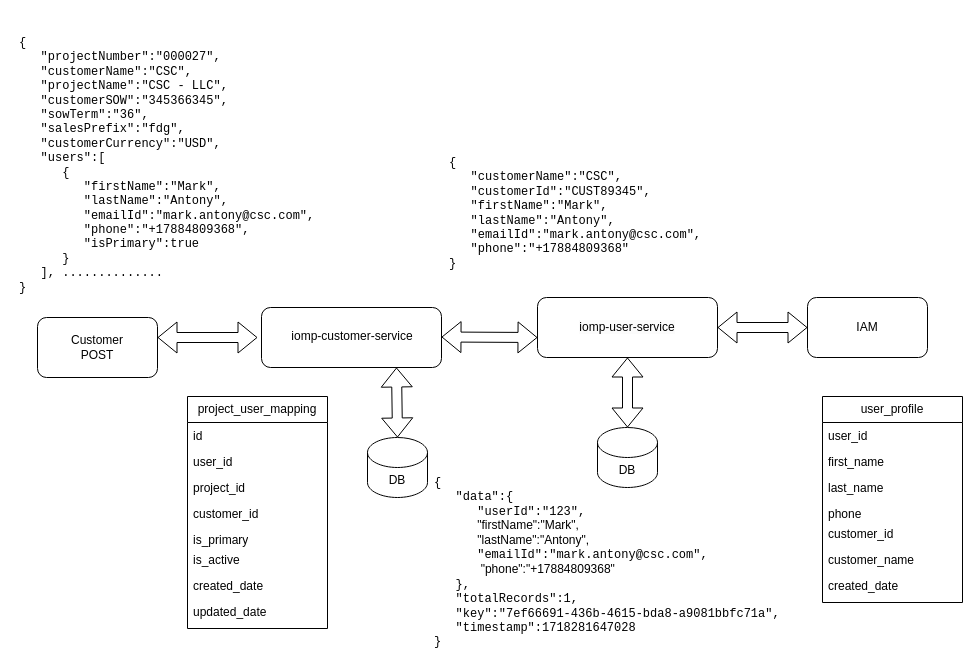
The draw.io diagram create new contact for customer account.drawio in wesco-chandanabuduru/common-entities, before the edit. Source tidied: cells renumbered, new cells numbered last; positions are measured from the earlier drawing's top-left corner, leaving out a move shared by most shapes. Both pictures are drawn from the tidied source at 100%, with x=0, y=0 at pixel (17, 17).
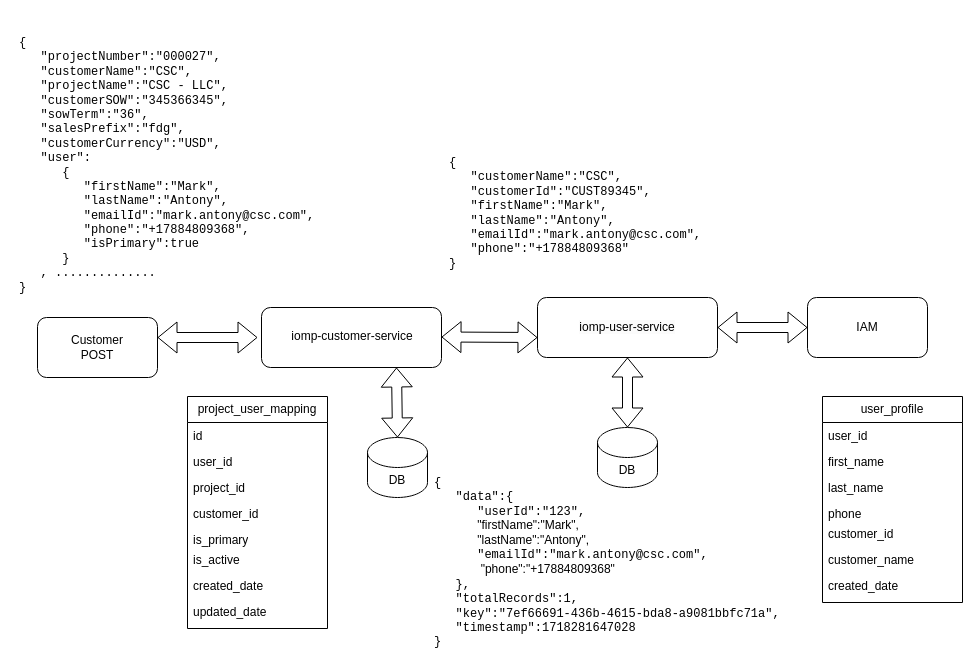
The same diagram, later.

The edit, as a diff of the source:
```diff
@@
-    <mxCell id="8" value="&lt;pre style=&quot;margin-top: 0px;&quot;&gt;&lt;pre&gt;&lt;pre&gt;&lt;pre&gt;&lt;span dir=&quot;ltr&quot; class=&quot;ui-provider a b c d e f g h i j k l m n o p q r s t u v w x y z ab ac ae af ag ah ai aj ak&quot;&gt;&lt;p&gt;{&lt;br&gt;   &quot;projectNumber&quot;:&quot;000027&quot;,&lt;br&gt;   &quot;customerName&quot;:&quot;CSC&quot;,&lt;br&gt;   &quot;projectName&quot;:&quot;CSC - LLC&quot;,&lt;br&gt;   &quot;customerSOW&quot;:&quot;345366345&quot;,&lt;br&gt;   &quot;sowTerm&quot;:&quot;36&quot;,&lt;br&gt;   &quot;salesPrefix&quot;:&quot;fdg&quot;,&lt;br&gt;   &quot;customerCurrency&quot;:&quot;USD&quot;,&lt;br&gt;   &quot;users&quot;:[&lt;br&gt;      {&lt;br&gt;         &quot;firstName&quot;:&quot;Mark&quot;,&lt;br&gt;         &quot;lastName&quot;:&quot;Antony&quot;,&lt;br&gt;         &quot;emailId&quot;:&quot;mark.antony@csc.com&quot;,&lt;br&gt;         &quot;phone&quot;:&quot;+17884809368&quot;,&lt;br&gt;         &quot;isPrimary&quot;:true&lt;br&gt;      }&lt;br&gt;   ], ..............&lt;br&gt;}&lt;br&gt;&lt;/p&gt;&lt;p&gt;&lt;/p&gt;&lt;/span&gt;&lt;/pre&gt;&lt;/pre&gt;&lt;/pre&gt;&lt;/pre&gt;" style="text;html=1;whiteSpace=wrap;overflow=hidden;rounded=0;align=left;" parent="1" vertex="1">
+    <mxCell id="8" value="&lt;pre style=&quot;margin-top: 0px;&quot;&gt;&lt;pre&gt;&lt;pre&gt;&lt;pre&gt;&lt;span dir=&quot;ltr&quot; class=&quot;ui-provider a b c d e f g h i j k l m n o p q r s t u v w x y z ab ac ae af ag ah ai aj ak&quot;&gt;&lt;p&gt;{&lt;br&gt;   &quot;projectNumber&quot;:&quot;000027&quot;,&lt;br&gt;   &quot;customerName&quot;:&quot;CSC&quot;,&lt;br&gt;   &quot;projectName&quot;:&quot;CSC - LLC&quot;,&lt;br&gt;   &quot;customerSOW&quot;:&quot;345366345&quot;,&lt;br&gt;   &quot;sowTerm&quot;:&quot;36&quot;,&lt;br&gt;   &quot;salesPrefix&quot;:&quot;fdg&quot;,&lt;br&gt;   &quot;customerCurrency&quot;:&quot;USD&quot;,&lt;br&gt;   &quot;user&quot;:&lt;br&gt;      {&lt;br&gt;         &quot;firstName&quot;:&quot;Mark&quot;,&lt;br&gt;         &quot;lastName&quot;:&quot;Antony&quot;,&lt;br&gt;         &quot;emailId&quot;:&quot;mark.antony@csc.com&quot;,&lt;br&gt;         &quot;phone&quot;:&quot;+17884809368&quot;,&lt;br&gt;         &quot;isPrimary&quot;:true&lt;br&gt;      }&lt;br&gt;   , ..............&lt;br&gt;}&lt;br&gt;&lt;/p&gt;&lt;p&gt;&lt;/p&gt;&lt;/span&gt;&lt;/pre&gt;&lt;/pre&gt;&lt;/pre&gt;&lt;/pre&gt;" style="text;html=1;whiteSpace=wrap;overflow=hidden;rounded=0;align=left;" parent="1" vertex="1">
       <mxGeometry width="360" height="290" as="geometry" />
     </mxCell>
```
